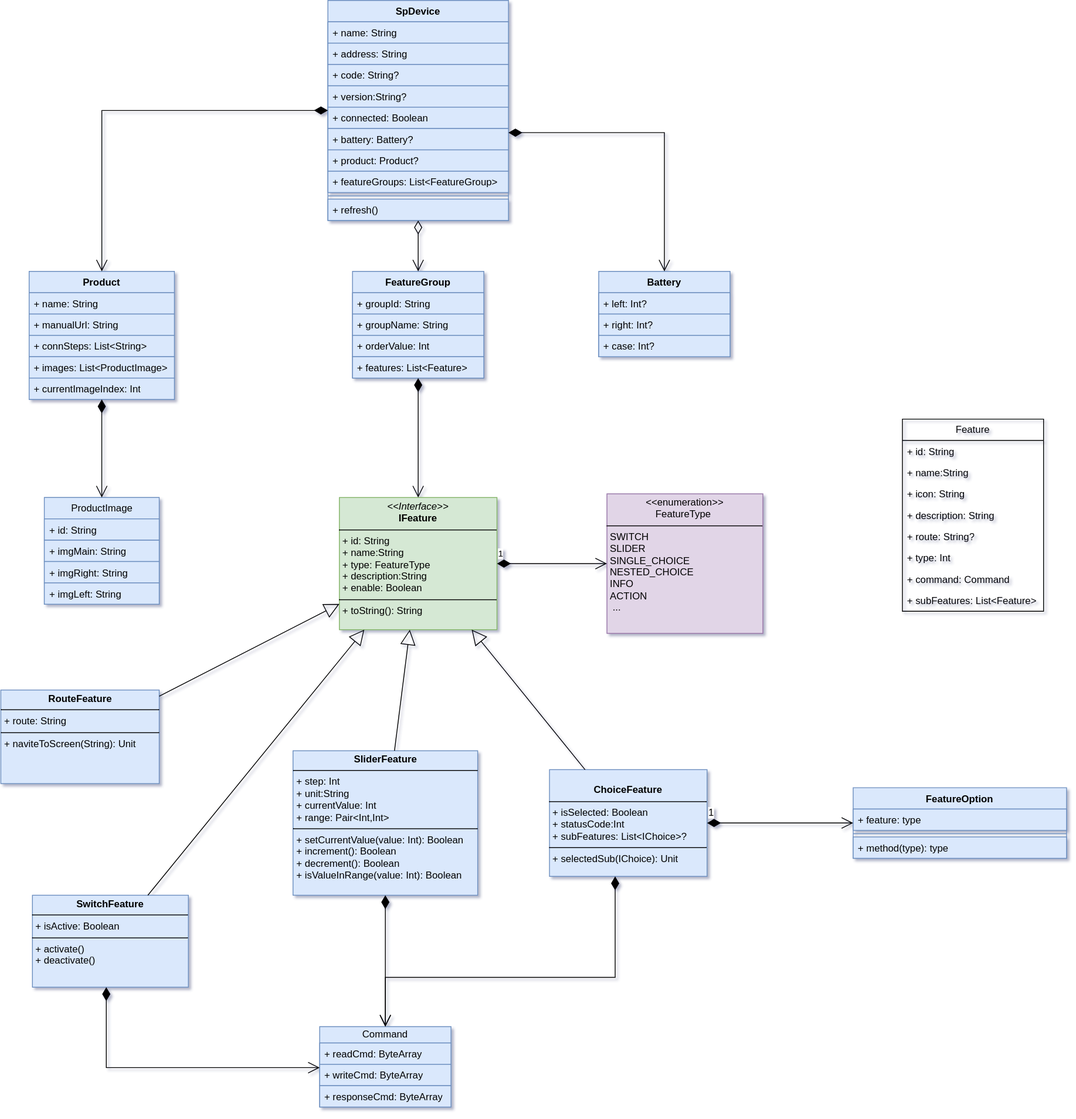
Above: sp-device.drawio.svg in kekemao00/draw-libs (draw.io), before the change. Source tidied: cells renumbered, new cells last; positions are measured from the earlier drawing's top-left corner, leaving out a move shared by most shapes.
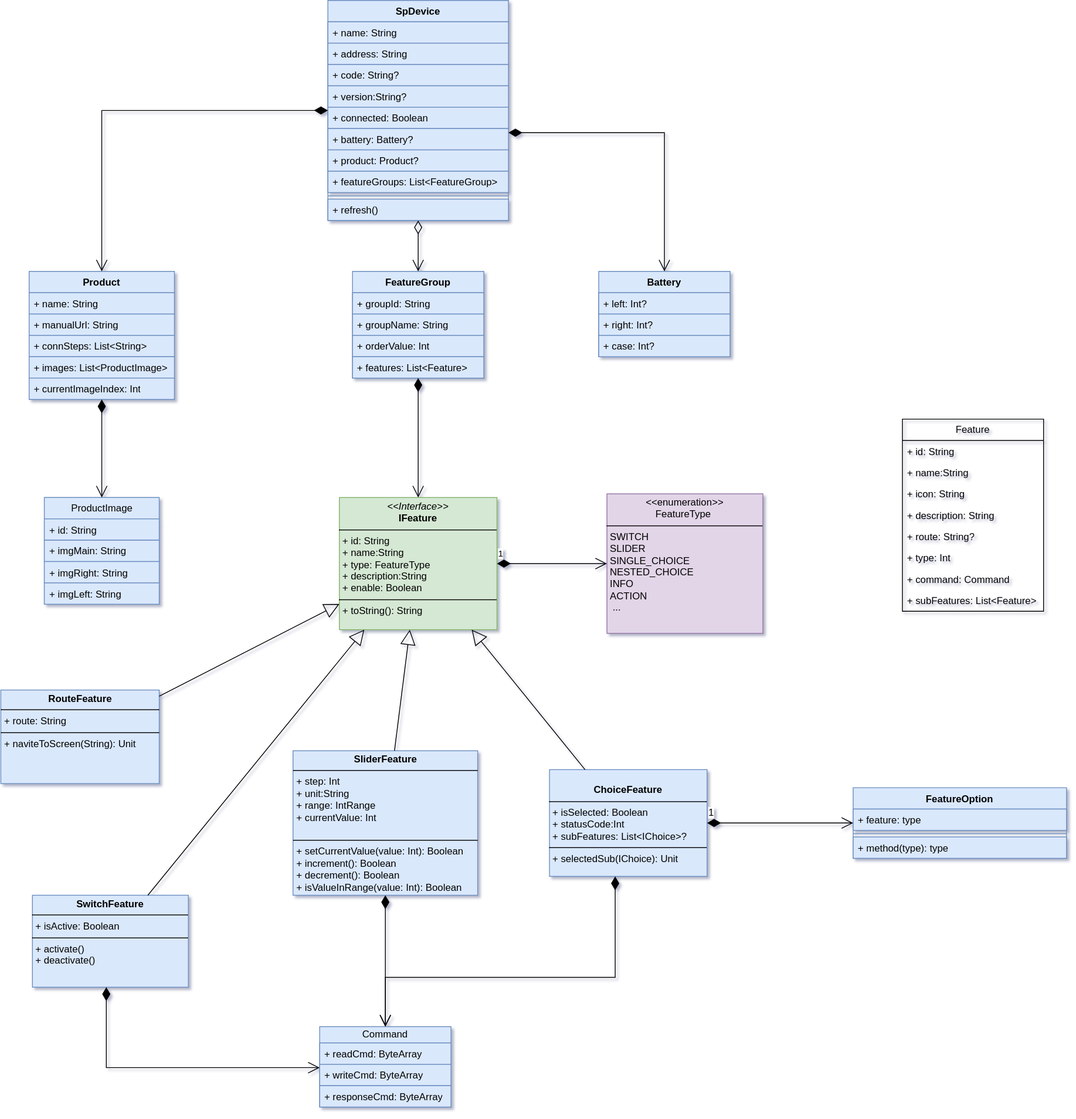
After the change.

The edit, as a diff of the source:
```diff
@@ -146,7 +146,7 @@
     <mxCell id="49" value="&lt;p style=&quot;margin:0px;margin-top:4px;text-align:center;&quot;&gt;&lt;b&gt;SwitchFeature&lt;/b&gt;&lt;/p&gt;&lt;hr size=&quot;1&quot; style=&quot;border-style:solid;&quot;&gt;&lt;p style=&quot;margin:0px;margin-left:4px;&quot;&gt;+ isActive: Boolean&lt;br&gt;&lt;/p&gt;&lt;hr size=&quot;1&quot; style=&quot;border-style:solid;&quot;&gt;&lt;p style=&quot;margin:0px;margin-left:4px;&quot;&gt;+ activate()&lt;br&gt;+ deactivate()&lt;/p&gt;" style="verticalAlign=top;align=left;overflow=fill;html=1;whiteSpace=wrap;fillColor=#dae8fc;strokeColor=#6c8ebf;" parent="1" vertex="1">
       <mxGeometry x="38" y="1090" width="190" height="112" as="geometry" />
     </mxCell>
-    <mxCell id="50" value="&lt;p style=&quot;margin:0px;margin-top:4px;text-align:center;&quot;&gt;&lt;b&gt;SliderFeature&lt;/b&gt;&lt;/p&gt;&lt;hr size=&quot;1&quot; style=&quot;border-style:solid;&quot;&gt;&lt;p style=&quot;margin:0px;margin-left:4px;&quot;&gt;+&amp;nbsp;step: Int&lt;br&gt;+ unit:String&lt;br&gt;+&amp;nbsp;currentValue: Int&lt;br&gt;+ range: Pair&amp;lt;Int,Int&amp;gt;&lt;/p&gt;&lt;hr size=&quot;1&quot; style=&quot;border-style:solid;&quot;&gt;&lt;p style=&quot;margin:0px;margin-left:4px;&quot;&gt;+ setCurrentValue(value: Int): Boolean&lt;/p&gt;&lt;p style=&quot;margin:0px;margin-left:4px;&quot;&gt;+ increment(): Boolean&lt;/p&gt;&lt;p style=&quot;margin:0px;margin-left:4px;&quot;&gt;+ decrement(): Boolean&lt;/p&gt;&lt;p style=&quot;margin:0px;margin-left:4px;&quot;&gt;+ isValueInRange(value: Int): Boolean&lt;/p&gt;" style="verticalAlign=top;align=left;overflow=fill;html=1;whiteSpace=wrap;fillColor=#dae8fc;strokeColor=#6c8ebf;" parent="1" vertex="1">
+    <mxCell id="50" value="&lt;p style=&quot;margin:0px;margin-top:4px;text-align:center;&quot;&gt;&lt;b&gt;SliderFeature&lt;/b&gt;&lt;/p&gt;&lt;hr size=&quot;1&quot; style=&quot;border-style:solid;&quot;&gt;&lt;p style=&quot;margin:0px;margin-left:4px;&quot;&gt;+&amp;nbsp;step: Int&lt;br&gt;+ unit:String&lt;br&gt;+ range: IntRange&lt;br&gt;+&amp;nbsp;currentValue: Int&lt;br&gt;&lt;br&gt;&lt;/p&gt;&lt;hr size=&quot;1&quot; style=&quot;border-style:solid;&quot;&gt;&lt;p style=&quot;margin:0px;margin-left:4px;&quot;&gt;+ setCurrentValue(value: Int): Boolean&lt;/p&gt;&lt;p style=&quot;margin:0px;margin-left:4px;&quot;&gt;+ increment(): Boolean&lt;/p&gt;&lt;p style=&quot;margin:0px;margin-left:4px;&quot;&gt;+ decrement(): Boolean&lt;/p&gt;&lt;p style=&quot;margin:0px;margin-left:4px;&quot;&gt;+ isValueInRange(value: Int): Boolean&lt;/p&gt;" style="verticalAlign=top;align=left;overflow=fill;html=1;whiteSpace=wrap;fillColor=#dae8fc;strokeColor=#6c8ebf;" parent="1" vertex="1">
       <mxGeometry x="355.5" y="914" width="225" height="176" as="geometry" />
     </mxCell>
     <mxCell id="51" style="endArrow=open;html=1;endSize=12;startArrow=diamondThin;startSize=14;startFill=1;edgeStyle=orthogonalEdgeStyle;align=left;verticalAlign=bottom;rounded=0;" parent="1" edge="1" source="2" target="13">
```
